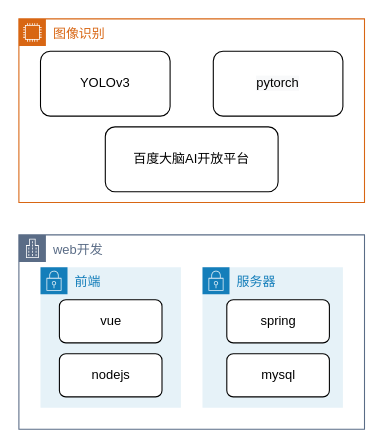
Above: 计算机设计大赛.drawio in SuperSparta117/drawio_liuchengtu (draw.io), before the change. Source tidied: cells renumbered, new cells numbered last; positions are measured from the earlier drawing's top-left corner, leaving out a move shared by most shapes. Both pictures are drawn from the tidied source at 108%, with x=0, y=0 at pixel (18, 18).
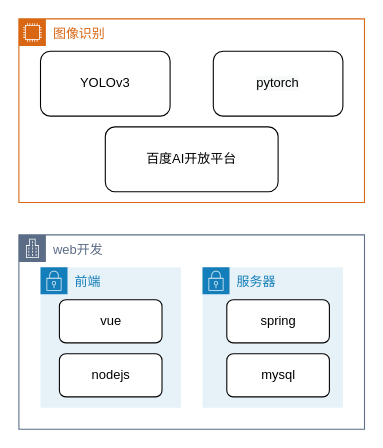
The same diagram, later.

Commit message (it also covers changes not shown here):
更新计算机设计大赛.drawio

Change to the diagram source:
```diff
@@
 <mxGraphModel>
   <root>
     <mxCell id="0" />
     <mxCell id="1" parent="0" />
     <mxCell id="2" value="web开发" style="gradientColor=none;html=1;whiteSpace=wrap;fontSize=12;fontStyle=0;shape=mxgraph.aws4.group;grIcon=mxgraph.aws4.group_corporate_data_center;strokeColor=#5A6C86;fillColor=none;verticalAlign=top;align=left;spacingLeft=30;fontColor=#5A6C86;dashed=0;" parent="1" vertex="1">
       <mxGeometry y="200" width="320" height="180" as="geometry" />
     </mxCell>
     <mxCell id="3" value="前端" style="gradientColor=none;html=1;whiteSpace=wrap;fontSize=12;fontStyle=0;shape=mxgraph.aws4.group;grIcon=mxgraph.aws4.group_security_group;grStroke=0;strokeColor=#147EBA;fillColor=#E6F2F8;verticalAlign=top;align=left;spacingLeft=30;fontColor=#147EBA;dashed=0;" parent="2" vertex="1">
       <mxGeometry x="20" y="30" width="130" height="130" as="geometry" />
     </mxCell>
     <mxCell id="4" value="vue" style="rounded=1;whiteSpace=wrap;html=1;" parent="3" vertex="1">
       <mxGeometry x="17.5" y="30" width="95" height="40" as="geometry" />
     </mxCell>
     <mxCell id="5" value="nodejs" style="rounded=1;whiteSpace=wrap;html=1;" parent="3" vertex="1">
       <mxGeometry x="17.5" y="80" width="95" height="40" as="geometry" />
     </mxCell>
     <mxCell id="6" value="服务器" style="gradientColor=none;html=1;whiteSpace=wrap;fontSize=12;fontStyle=0;shape=mxgraph.aws4.group;grIcon=mxgraph.aws4.group_security_group;grStroke=0;strokeColor=#147EBA;fillColor=#E6F2F8;verticalAlign=top;align=left;spacingLeft=30;fontColor=#147EBA;dashed=0;" parent="2" vertex="1">
       <mxGeometry x="170" y="30" width="130" height="130" as="geometry" />
     </mxCell>
     <mxCell id="7" value="spring" style="rounded=1;whiteSpace=wrap;html=1;" parent="6" vertex="1">
       <mxGeometry x="22.5" y="30" width="95" height="40" as="geometry" />
     </mxCell>
     <mxCell id="8" value="mysql" style="rounded=1;whiteSpace=wrap;html=1;" parent="6" vertex="1">
       <mxGeometry x="22.5" y="80" width="95" height="40" as="geometry" />
     </mxCell>
     <mxCell id="9" value="图像识别" style="gradientColor=none;html=1;whiteSpace=wrap;fontSize=12;fontStyle=0;shape=mxgraph.aws4.group;grIcon=mxgraph.aws4.group_ec2_instance_contents;strokeColor=#D86613;fillColor=none;verticalAlign=top;align=left;spacingLeft=30;fontColor=#D86613;dashed=0;" parent="1" vertex="1">
       <mxGeometry width="320" height="170" as="geometry" />
     </mxCell>
     <mxCell id="10" value="YOLOv3" style="rounded=1;whiteSpace=wrap;html=1;" parent="9" vertex="1">
       <mxGeometry x="20" y="30" width="120" height="60" as="geometry" />
     </mxCell>
     <mxCell id="11" value="&#10;&#10;&lt;span style=&quot;color: rgb(0, 0, 0); font-family: helvetica; font-size: 12px; font-style: normal; font-weight: 400; letter-spacing: normal; text-align: center; text-indent: 0px; text-transform: none; word-spacing: 0px; background-color: rgb(248, 249, 250); display: inline; float: none;&quot;&gt;pytorch&lt;/span&gt;&#10;&#10;" style="rounded=1;whiteSpace=wrap;html=1;" parent="9" vertex="1">
       <mxGeometry x="180" y="30" width="120" height="60" as="geometry" />
     </mxCell>
-    <mxCell id="12" value="百度大脑AI开放平台" style="rounded=1;whiteSpace=wrap;html=1;" parent="9" vertex="1">
+    <mxCell id="12" value="百度AI开放平台" style="rounded=1;whiteSpace=wrap;html=1;align=center;" parent="9" vertex="1">
       <mxGeometry x="80" y="100" width="160" height="60" as="geometry" />
     </mxCell>
   </root>
 </mxGraphModel>
```
